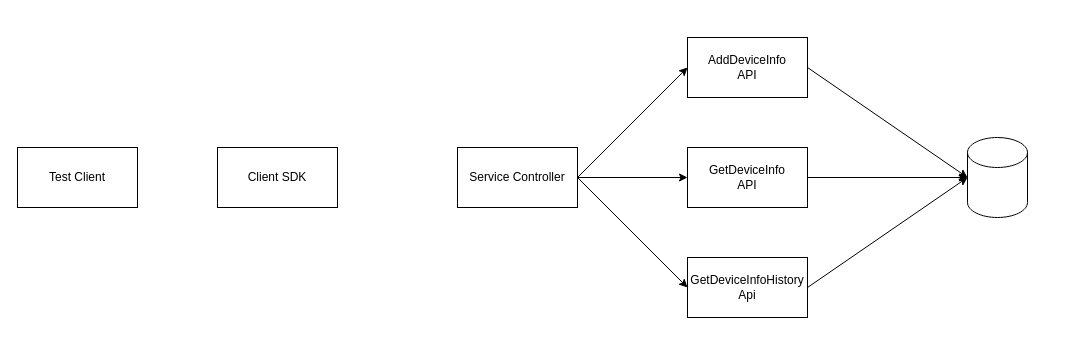
Earlier version of the draw.io diagram devicetracking.drawio (varindersinghatwal/DeviceTracking). Source tidied: cells renumbered, new cells numbered last; positions are measured from the earlier drawing's top-left corner, leaving out a move shared by most shapes. Both pictures are drawn from the tidied source at 100%, with x=0, y=0 at pixel (17, 37).
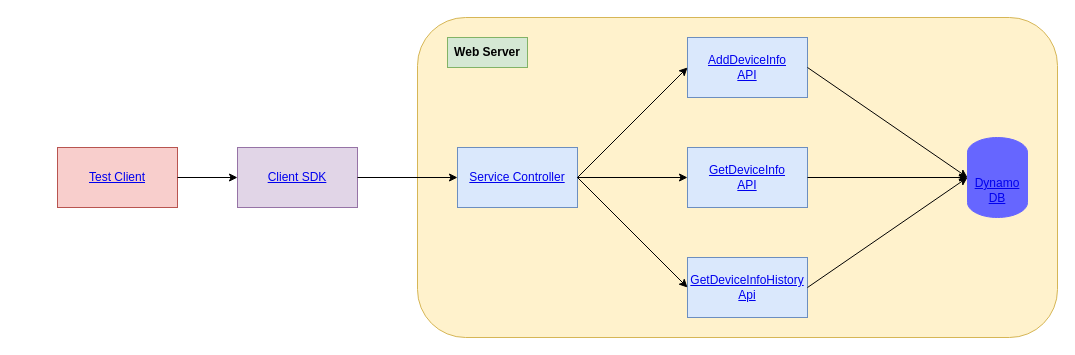
The same page after the edit.

Diff of the diagram source:
```diff
@@
+    <mxCell id="15" style="rounded=1;whiteSpace=wrap;html=1;fillColor=#fff2cc;strokeColor=#d6b656;" parent="1" vertex="1">
+      <mxGeometry x="400" y="-20" width="640" height="320" as="geometry" />
+    </mxCell>
-    <mxCell id="2" value="Test Client" style="rounded=0;whiteSpace=wrap;html=1;" parent="1" vertex="1">
-      <mxGeometry y="110" width="120" height="60" as="geometry" />
+    <mxCell id="2" value="&lt;a href=&quot;https://github.com/varindersinghatwal/DeviceTracking/blob/main/src/main/java/com/device/tracking/TestApiUsingSDK.java&quot;&gt;Test Client&lt;/a&gt;" style="rounded=0;whiteSpace=wrap;html=1;fillColor=#f8cecc;strokeColor=#b85450;" parent="1" vertex="1">
+      <mxGeometry x="40" y="110" width="120" height="60" as="geometry" />
     </mxCell>
-    <mxCell id="3" value="Client SDK" style="rounded=0;whiteSpace=wrap;html=1;" parent="1" vertex="1">
-      <mxGeometry x="200" y="110" width="120" height="60" as="geometry" />
+    <mxCell id="3" value="&lt;a href=&quot;https://github.com/varindersinghatwal/DeviceTracking/blob/main/src/main/java/com/device/tracking/client/DeviceTrackingClientSDK.java&quot;&gt;Client SDK&lt;/a&gt;" style="rounded=0;whiteSpace=wrap;html=1;fillColor=#e1d5e7;strokeColor=#9673a6;" parent="1" vertex="1">
+      <mxGeometry x="220" y="110" width="120" height="60" as="geometry" />
     </mxCell>
-    <mxCell id="4" value="Service Controller" style="rounded=0;whiteSpace=wrap;html=1;" parent="1" vertex="1">
+    <mxCell id="4" value="&lt;a href=&quot;https://github.com/varindersinghatwal/DeviceTracking/blob/main/src/main/java/com/device/tracking/controllers/DeviceRecordController.java&quot;&gt;Service Controller&lt;/a&gt;" style="rounded=0;whiteSpace=wrap;html=1;fillColor=#dae8fc;strokeColor=#6c8ebf;" parent="1" vertex="1">
       <mxGeometry x="440" y="110" width="120" height="60" as="geometry" />
     </mxCell>
-    <mxCell id="5" value="AddDeviceInfo&lt;br&gt;API" style="rounded=0;whiteSpace=wrap;html=1;" parent="1" vertex="1">
+    <mxCell id="5" value="&lt;a href=&quot;https://github.com/varindersinghatwal/DeviceTracking/blob/main/src/main/java/com/device/tracking/handlers/AddDeviceInfoHandler.java&quot;&gt;AddDeviceInfo&lt;br&gt;API&lt;/a&gt;" style="rounded=0;whiteSpace=wrap;html=1;fillColor=#dae8fc;strokeColor=#6c8ebf;" parent="1" vertex="1">
       <mxGeometry x="670" width="120" height="60" as="geometry" />
     </mxCell>
-    <mxCell id="6" value="GetDeviceInfo&lt;br&gt;API" style="rounded=0;whiteSpace=wrap;html=1;" parent="1" vertex="1">
+    <mxCell id="6" value="&lt;a href=&quot;https://github.com/varindersinghatwal/DeviceTracking/blob/main/src/main/java/com/device/tracking/handlers/GetDeviceInfoHandler.java&quot;&gt;GetDeviceInfo&lt;br&gt;API&lt;/a&gt;" style="rounded=0;whiteSpace=wrap;html=1;fillColor=#dae8fc;strokeColor=#6c8ebf;" parent="1" vertex="1">
       <mxGeometry x="670" y="110" width="120" height="60" as="geometry" />
     </mxCell>
-    <mxCell id="7" value="GetDeviceInfoHistory&lt;br&gt;Api" style="rounded=0;whiteSpace=wrap;html=1;" parent="1" vertex="1">
+    <mxCell id="7" value="&lt;a href=&quot;https://github.com/varindersinghatwal/DeviceTracking/blob/main/src/main/java/com/device/tracking/handlers/GetDeviceInfoHandler.java&quot;&gt;GetDeviceInfoHistory&lt;br&gt;Api&lt;/a&gt;" style="rounded=0;whiteSpace=wrap;html=1;fillColor=#dae8fc;strokeColor=#6c8ebf;" parent="1" vertex="1">
       <mxGeometry x="670" y="220" width="120" height="60" as="geometry" />
     </mxCell>
@@
-    <mxCell id="11" style="shape=cylinder3;whiteSpace=wrap;html=1;boundedLbl=1;backgroundOutline=1;size=15;" parent="1" vertex="1">
+    <mxCell id="11" value="&lt;a href=&quot;https://github.com/varindersinghatwal/DeviceTracking/blob/main/src/main/java/com/device/tracking/accessors/DeviceRecordDAO.java&quot;&gt;Dynamo&lt;br&gt;DB&lt;/a&gt;" style="shape=cylinder3;whiteSpace=wrap;html=1;boundedLbl=1;backgroundOutline=1;size=15;fillColor=#6666FF;strokeColor=#6666FF;" parent="1" vertex="1">
       <mxGeometry x="950" y="100" width="60" height="80" as="geometry" />
     </mxCell>
@@
+    <mxCell id="16" value="&lt;b&gt;Web Server&lt;/b&gt;" style="text;html=1;strokeColor=#82b366;fillColor=#d5e8d4;align=center;verticalAlign=middle;whiteSpace=wrap;rounded=0;" parent="1" vertex="1">
+      <mxGeometry x="430" width="80" height="30" as="geometry" />
+    </mxCell>
+    <mxCell id="17" style="endArrow=classic;html=1;rounded=0;exitX=1;exitY=0.5;exitDx=0;exitDy=0;entryX=0;entryY=0.5;entryDx=0;entryDy=0;" parent="1" edge="1" source="3" target="4">
+      <mxGeometry relative="1" as="geometry" />
+    </mxCell>
+    <mxCell id="18" style="endArrow=classic;html=1;rounded=0;exitX=1;exitY=0.5;exitDx=0;exitDy=0;entryX=0;entryY=0.5;entryDx=0;entryDy=0;" parent="1" edge="1" source="2" target="3">
+      <mxGeometry relative="1" as="geometry" />
+    </mxCell>
```
